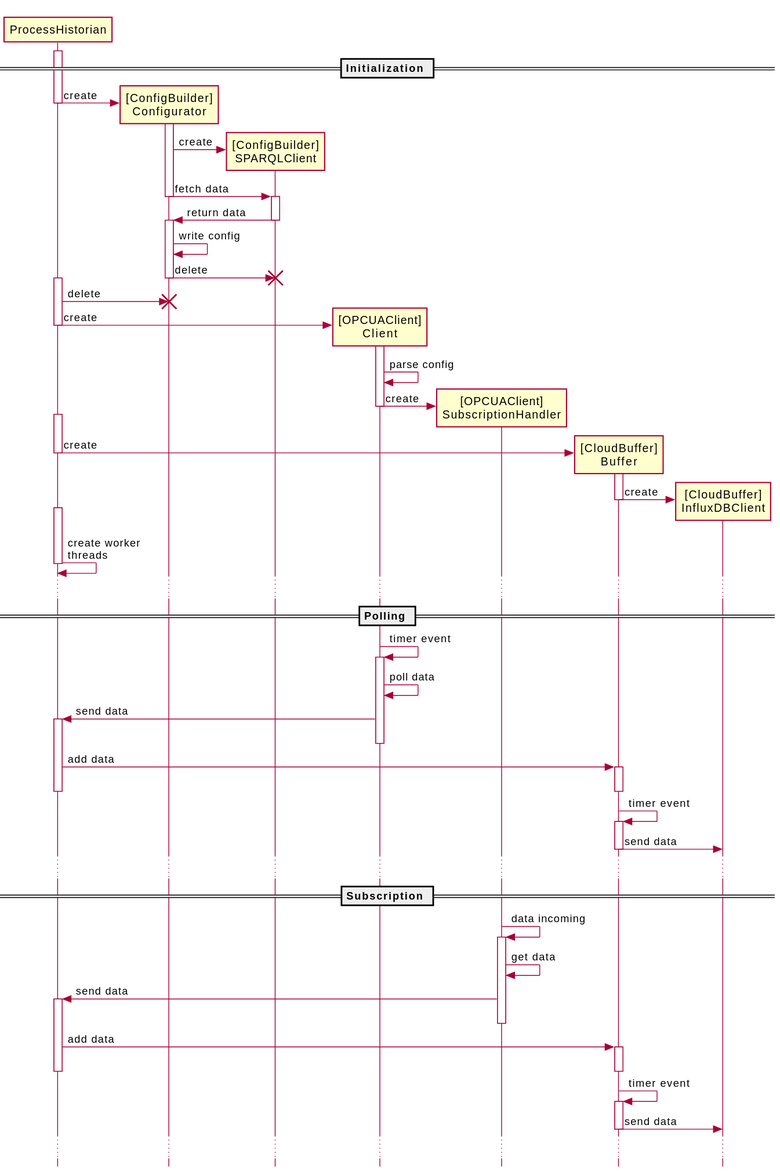
This is documentation/architecture/sequence_diagram.svg from Praktikum-PvAS/process-historian, a PlantUML export, as it was before one commit.
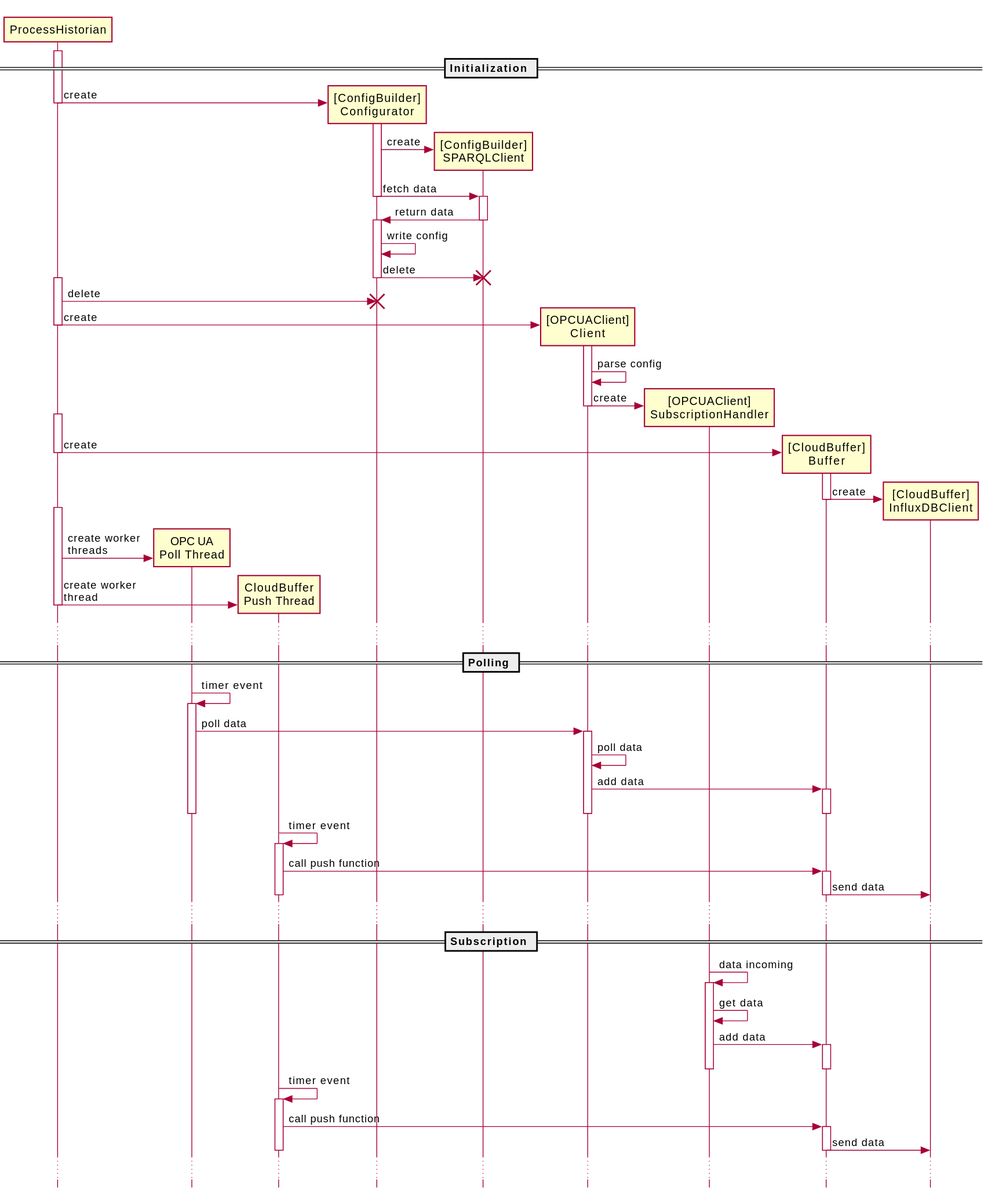
After the change.

What changed in the source:
```diff
@@ -1,6 +1,8 @@
 @startuml
 skinparam style strictuml
 participant ProcessHistorian
+participant "OPC UA\nPoll Thread" as PollThread
+participant "CloudBuffer\nPush Thread" as PushThread
 == Initialization ==
 activate ProcessHistorian
 ProcessHistorian -> "[ConfigBuilder]\nConfigurator" as ConfigBuilder.Configurator ** : create
@@ -33,26 +35,31 @@
 CloudBuffer.Buffer -> "[CloudBuffer]\nInfluxDBClient" as CloudBuffer.InfluxDBClient ** : create
 deactivate CloudBuffer.Buffer
 activate ProcessHistorian
-ProcessHistorian -> ProcessHistorian : create worker\nthreads
+ProcessHistorian -> PollThread ** : create worker\nthreads
+ProcessHistorian -> PushThread ** : create worker\nthread
 deactivate ProcessHistorian
 ...
 
 == Polling ==
 
-OPCUAClient.Client -> OPCUAClient.Client : timer event
+PollThread -> PollThread : timer event
+activate PollThread
+PollThread -> OPCUAClient.Client : poll data
 activate OPCUAClient.Client
 OPCUAClient.Client -> OPCUAClient.Client : poll data
-OPCUAClient.Client -> ProcessHistorian : send data
-activate ProcessHistorian
-deactivate OPCUAClient.Client
-ProcessHistorian -> CloudBuffer.Buffer : add data
+OPCUAClient.Client ->  CloudBuffer.Buffer : add data
 activate CloudBuffer.Buffer
 deactivate CloudBuffer.Buffer
-deactivate ProcessHistorian
-CloudBuffer.Buffer -> CloudBuffer.Buffer : timer event
+deactivate OPCUAClient.Client
+deactivate PollThread
+
+PushThread -> PushThread : timer event
+activate PushThread
+PushThread -> CloudBuffer.Buffer : call push function
 activate CloudBuffer.Buffer
 CloudBuffer.Buffer -> CloudBuffer.InfluxDBClient : send data
 deactivate CloudBuffer.Buffer
+deactivate PushThread
 ...
 
 == Subscription ==
@@ -60,16 +67,17 @@
 OPCUAClient.SubscriptionHandler -> OPCUAClient.SubscriptionHandler : data incoming
 activate OPCUAClient.SubscriptionHandler
 OPCUAClient.SubscriptionHandler -> OPCUAClient.SubscriptionHandler : get data
-OPCUAClient.SubscriptionHandler -> ProcessHistorian : send data
-activate ProcessHistorian
-deactivate OPCUAClient.SubscriptionHandler
-ProcessHistorian -> CloudBuffer.Buffer : add data
+OPCUAClient.SubscriptionHandler -> CloudBuffer.Buffer : add data
 activate CloudBuffer.Buffer
 deactivate CloudBuffer.Buffer
-deactivate ProcessHistorian
-CloudBuffer.Buffer -> CloudBuffer.Buffer : timer event
+deactivate OPCUAClient.SubscriptionHandler
+
+PushThread -> PushThread : timer event
+activate PushThread
+PushThread -> CloudBuffer.Buffer : call push function
 activate CloudBuffer.Buffer
 CloudBuffer.Buffer -> CloudBuffer.InfluxDBClient : send data
 deactivate CloudBuffer.Buffer
+deactivate PushThread
 ...
 @enduml
```
